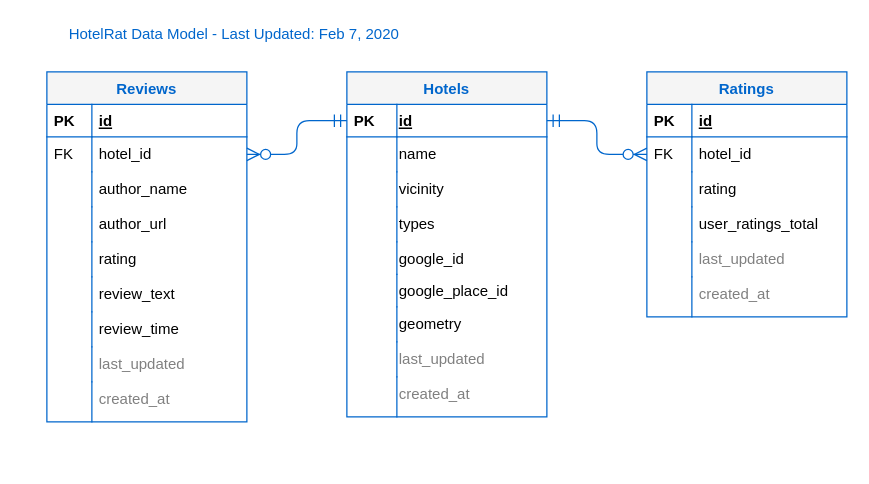
Before: DataModel.drawio in stevenhelms/ee3503-project, a draw.io diagram. Source tidied: cells renumbered, new cells numbered last; positions are measured from the earlier drawing's top-left corner, leaving out a move shared by most shapes. Both pictures are drawn from the tidied source at 125%, with x=0, y=0 at pixel (21, 21).
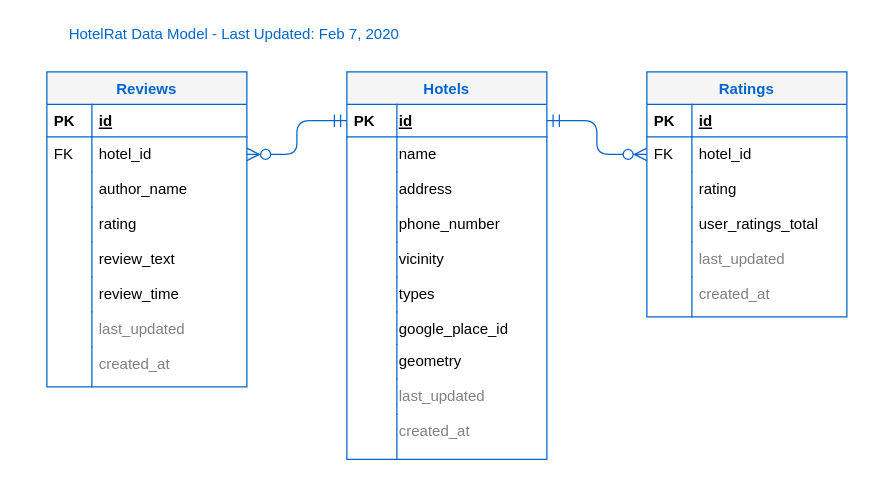
After the change.

Commit message (it also covers changes not shown here):
Adding comments. Updated data model and code to match.

Diff of the diagram source:
```diff
@@
     <mxCell id="2" value="Hotels" style="swimlane;fontStyle=1;horizontal=1;startSize=26;rounded=0;shadow=0;strokeWidth=1;fillColor=#f5f5f5;strokeColor=#0066CC;fontColor=#0066CC;" parent="1" vertex="1">
-      <mxGeometry x="260" y="40" width="160" height="276" as="geometry" />
+      <mxGeometry x="260" y="40" width="160" height="310" as="geometry" />
     </mxCell>
@@
-    <mxCell id="7" value="vicinity" style="shape=partialRectangle;top=0;left=0;right=0;bottom=0;align=left;verticalAlign=top;fillColor=none;spacingLeft=40;spacingRight=4;overflow=hidden;rounded=0;shadow=0;strokeWidth=1;strokeColor=#0066CC;spacing=2;spacingTop=0;spacingBottom=0;" parent="2" vertex="1">
+    <mxCell id="7" value="address" style="shape=partialRectangle;top=0;left=0;right=0;bottom=0;align=left;verticalAlign=top;fillColor=none;spacingLeft=40;spacingRight=4;overflow=hidden;rounded=0;shadow=0;strokeWidth=1;strokeColor=#0066CC;spacing=2;spacingTop=0;spacingBottom=0;" parent="2" vertex="1">
       <mxGeometry y="80" width="160" height="28" as="geometry" />
     </mxCell>
@@
+    <mxCell id="56" value="phone_number" style="shape=partialRectangle;top=0;left=0;right=0;bottom=0;align=left;verticalAlign=top;fillColor=none;spacingLeft=40;spacingRight=4;overflow=hidden;rounded=0;shadow=0;strokeWidth=1;strokeColor=#0066CC;spacing=2;spacingTop=0;spacingBottom=0;" parent="2" vertex="1">
+      <mxGeometry y="108" width="160" height="28" as="geometry" />
+    </mxCell>
+    <mxCell id="57" style="shape=partialRectangle;top=0;left=0;bottom=0;fillColor=none;align=left;verticalAlign=top;spacingLeft=4;spacingRight=4;overflow=hidden;strokeColor=#0066CC;" parent="56" vertex="1">
+      <mxGeometry width="40" height="28" as="geometry" />
+    </mxCell>
+    <mxCell id="58" value="vicinity" style="shape=partialRectangle;top=0;left=0;right=0;bottom=0;align=left;verticalAlign=top;fillColor=none;spacingLeft=40;spacingRight=4;overflow=hidden;rounded=0;shadow=0;strokeWidth=1;strokeColor=#0066CC;spacing=2;spacingTop=0;spacingBottom=0;" parent="2" vertex="1">
+      <mxGeometry y="136" width="160" height="28" as="geometry" />
+    </mxCell>
+    <mxCell id="59" style="shape=partialRectangle;top=0;left=0;bottom=0;fillColor=none;align=left;verticalAlign=top;spacingLeft=4;spacingRight=4;overflow=hidden;strokeColor=#0066CC;" parent="58" vertex="1">
+      <mxGeometry width="40" height="28" as="geometry" />
+    </mxCell>
     <mxCell id="9" value="types" style="shape=partialRectangle;top=0;left=0;right=0;bottom=0;align=left;verticalAlign=top;fillColor=none;spacingLeft=40;spacingRight=4;overflow=hidden;rounded=0;shadow=0;strokeWidth=1;strokeColor=#0066CC;spacing=2;spacingTop=0;spacingBottom=0;" parent="2" vertex="1">
-      <mxGeometry y="108" width="160" height="28" as="geometry" />
+      <mxGeometry y="164" width="160" height="28" as="geometry" />
     </mxCell>
@@
-    <mxCell id="11" value="google_id" style="shape=partialRectangle;top=0;left=0;right=0;bottom=0;align=left;verticalAlign=top;fillColor=none;spacingLeft=40;spacingRight=4;overflow=hidden;fontSize=12;strokeColor=#0066CC;" parent="2" vertex="1">
-      <mxGeometry y="136" width="160" height="26" as="geometry" />
-    </mxCell>
-    <mxCell id="12" style="shape=partialRectangle;fontStyle=1;top=0;left=0;bottom=0;fillColor=none;align=left;verticalAlign=top;spacingLeft=4;spacingRight=4;overflow=hidden;fontSize=12;strokeColor=#0066CC;" parent="11" vertex="1">
-      <mxGeometry width="40" height="26" as="geometry" />
-    </mxCell>
     <mxCell id="13" value="google_place_id" style="shape=partialRectangle;top=0;left=0;right=0;bottom=0;align=left;verticalAlign=top;fillColor=none;spacingLeft=40;spacingRight=4;overflow=hidden;fontSize=12;strokeColor=#0066CC;" parent="2" vertex="1">
-      <mxGeometry y="162" width="160" height="26" as="geometry" />
+      <mxGeometry y="192" width="160" height="26" as="geometry" />
     </mxCell>
@@
     <mxCell id="15" value="geometry" style="shape=partialRectangle;top=0;left=0;right=0;bottom=0;align=left;verticalAlign=top;fillColor=none;spacingLeft=40;spacingRight=4;overflow=hidden;rounded=0;shadow=0;strokeWidth=1;strokeColor=#0066CC;spacing=2;spacingTop=0;spacingBottom=0;" parent="2" vertex="1">
-      <mxGeometry y="188" width="160" height="28" as="geometry" />
+      <mxGeometry y="218" width="160" height="28" as="geometry" />
     </mxCell>
@@
     <mxCell id="17" value="last_updated" style="shape=partialRectangle;top=0;left=0;right=0;bottom=0;align=left;verticalAlign=top;fillColor=none;spacingLeft=40;spacingRight=4;overflow=hidden;rounded=0;shadow=0;strokeWidth=1;strokeColor=#0066CC;spacing=2;spacingTop=0;spacingBottom=0;fontColor=#808080;" parent="2" vertex="1">
-      <mxGeometry y="216" width="160" height="28" as="geometry" />
+      <mxGeometry y="246" width="160" height="28" as="geometry" />
     </mxCell>
@@
     <mxCell id="19" value="created_at" style="shape=partialRectangle;top=0;left=0;right=0;bottom=0;align=left;verticalAlign=top;fillColor=none;spacingLeft=40;spacingRight=4;overflow=hidden;rounded=0;shadow=0;strokeWidth=1;strokeColor=#0066CC;spacing=2;spacingTop=0;spacingBottom=0;fontColor=#808080;" parent="2" vertex="1">
-      <mxGeometry y="244" width="160" height="32" as="geometry" />
+      <mxGeometry y="274" width="160" height="36" as="geometry" />
     </mxCell>
     <mxCell id="20" style="shape=partialRectangle;top=0;left=0;bottom=0;fillColor=none;align=left;verticalAlign=top;spacingLeft=4;spacingRight=4;overflow=hidden;strokeColor=#0066CC;" parent="19" vertex="1">
-      <mxGeometry width="40" height="32" as="geometry" />
+      <mxGeometry width="40" height="36" as="geometry" />
     </mxCell>
@@
     <mxCell id="37" value="Reviews" style="swimlane;fontStyle=1;horizontal=1;startSize=26;rounded=0;shadow=0;strokeWidth=1;fillColor=#f5f5f5;strokeColor=#0066CC;fontColor=#0066CC;" parent="1" vertex="1">
-      <mxGeometry x="20" y="40" width="160" height="280" as="geometry" />
+      <mxGeometry x="20" y="40" width="160" height="252" as="geometry" />
     </mxCell>
@@
-    <mxCell id="44" value="author_url" style="shape=partialRectangle;top=0;left=0;right=0;bottom=0;align=left;verticalAlign=top;fillColor=none;spacingLeft=40;spacingRight=4;overflow=hidden;rounded=0;shadow=0;strokeWidth=1;strokeColor=#0066CC;spacing=2;spacingTop=0;spacingBottom=0;" parent="37" vertex="1">
-      <mxGeometry y="108" width="160" height="28" as="geometry" />
-    </mxCell>
-    <mxCell id="45" style="shape=partialRectangle;top=0;left=0;bottom=0;fillColor=none;align=left;verticalAlign=top;spacingLeft=4;spacingRight=4;overflow=hidden;strokeColor=#0066CC;" parent="44" vertex="1">
-      <mxGeometry width="36" height="28" as="geometry" />
-    </mxCell>
     <mxCell id="46" value="rating" style="shape=partialRectangle;top=0;left=0;right=0;bottom=0;align=left;verticalAlign=top;fillColor=none;spacingLeft=40;spacingRight=4;overflow=hidden;rounded=0;shadow=0;strokeWidth=1;strokeColor=#0066CC;spacing=2;spacingTop=0;spacingBottom=0;" parent="37" vertex="1">
-      <mxGeometry y="136" width="160" height="28" as="geometry" />
+      <mxGeometry y="108" width="160" height="28" as="geometry" />
     </mxCell>
@@
     <mxCell id="48" value="review_text" style="shape=partialRectangle;top=0;left=0;right=0;bottom=0;align=left;verticalAlign=top;fillColor=none;spacingLeft=40;spacingRight=4;overflow=hidden;rounded=0;shadow=0;strokeWidth=1;strokeColor=#0066CC;spacing=2;spacingTop=0;spacingBottom=0;" parent="37" vertex="1">
-      <mxGeometry y="164" width="160" height="28" as="geometry" />
+      <mxGeometry y="136" width="160" height="28" as="geometry" />
     </mxCell>
@@
     <mxCell id="50" value="review_time" style="shape=partialRectangle;top=0;left=0;right=0;bottom=0;align=left;verticalAlign=top;fillColor=none;spacingLeft=40;spacingRight=4;overflow=hidden;rounded=0;shadow=0;strokeWidth=1;strokeColor=#0066CC;spacing=2;spacingTop=0;spacingBottom=0;" parent="37" vertex="1">
-      <mxGeometry y="192" width="160" height="28" as="geometry" />
+      <mxGeometry y="164" width="160" height="28" as="geometry" />
     </mxCell>
@@
     <mxCell id="52" value="last_updated" style="shape=partialRectangle;top=0;left=0;right=0;bottom=0;align=left;verticalAlign=top;fillColor=none;spacingLeft=40;spacingRight=4;overflow=hidden;rounded=0;shadow=0;strokeWidth=1;strokeColor=#0066CC;spacing=2;spacingTop=0;spacingBottom=0;fontColor=#808080;" parent="37" vertex="1">
-      <mxGeometry y="220" width="160" height="28" as="geometry" />
+      <mxGeometry y="192" width="160" height="28" as="geometry" />
     </mxCell>
@@
     <mxCell id="54" value="created_at" style="shape=partialRectangle;top=0;left=0;right=0;bottom=0;align=left;verticalAlign=top;fillColor=none;spacingLeft=40;spacingRight=4;overflow=hidden;rounded=0;shadow=0;strokeWidth=1;strokeColor=#0066CC;spacing=2;spacingTop=0;spacingBottom=0;fontColor=#808080;" parent="37" vertex="1">
-      <mxGeometry y="248" width="160" height="32" as="geometry" />
+      <mxGeometry y="220" width="160" height="32" as="geometry" />
     </mxCell>
```
